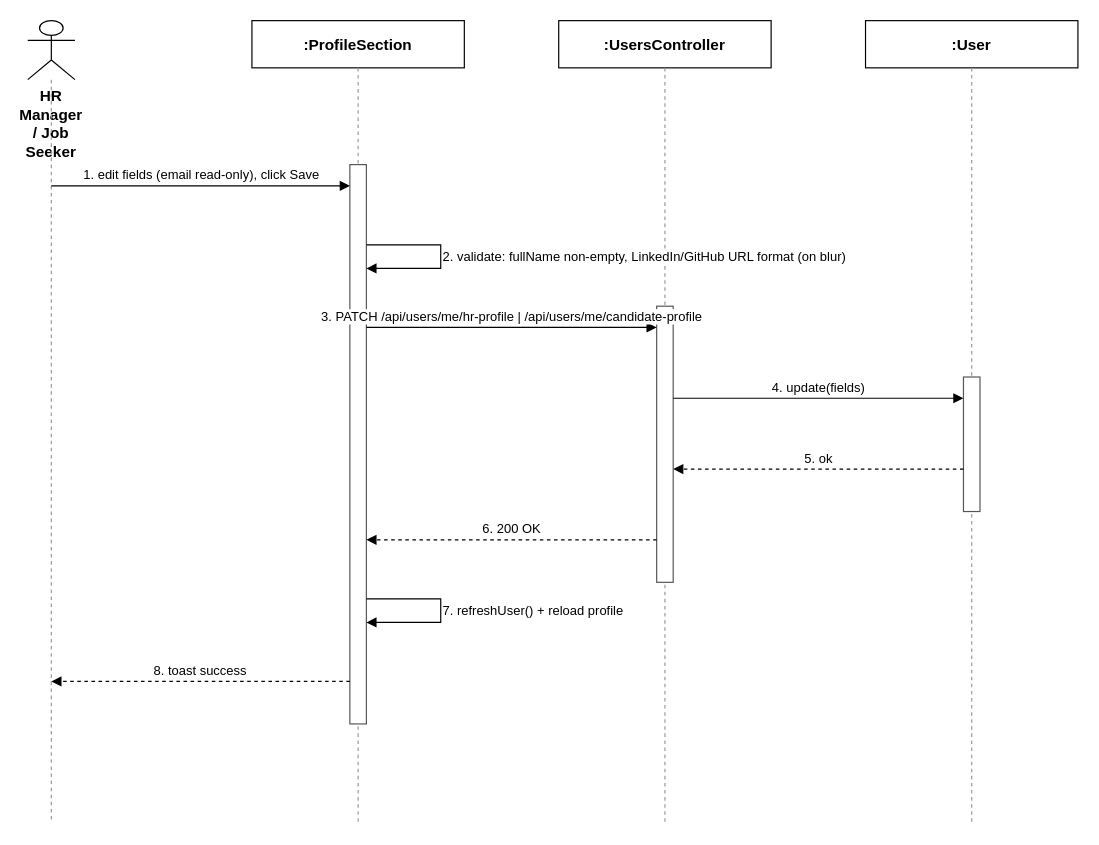
Earlier version of the draw.io diagram docs/qa/Hien_SequenceDiagram/3.2.2_Update_Profile.drawio (tulklk/AI_Interview_Question_Generation_RAG_LLM_FE). Source tidied: cells renumbered, new cells numbered last; positions are measured from the earlier drawing's top-left corner, leaving out a move shared by most shapes. Both pictures are drawn from the tidied source at 118%, with x=0, y=0 at pixel (27, 20).
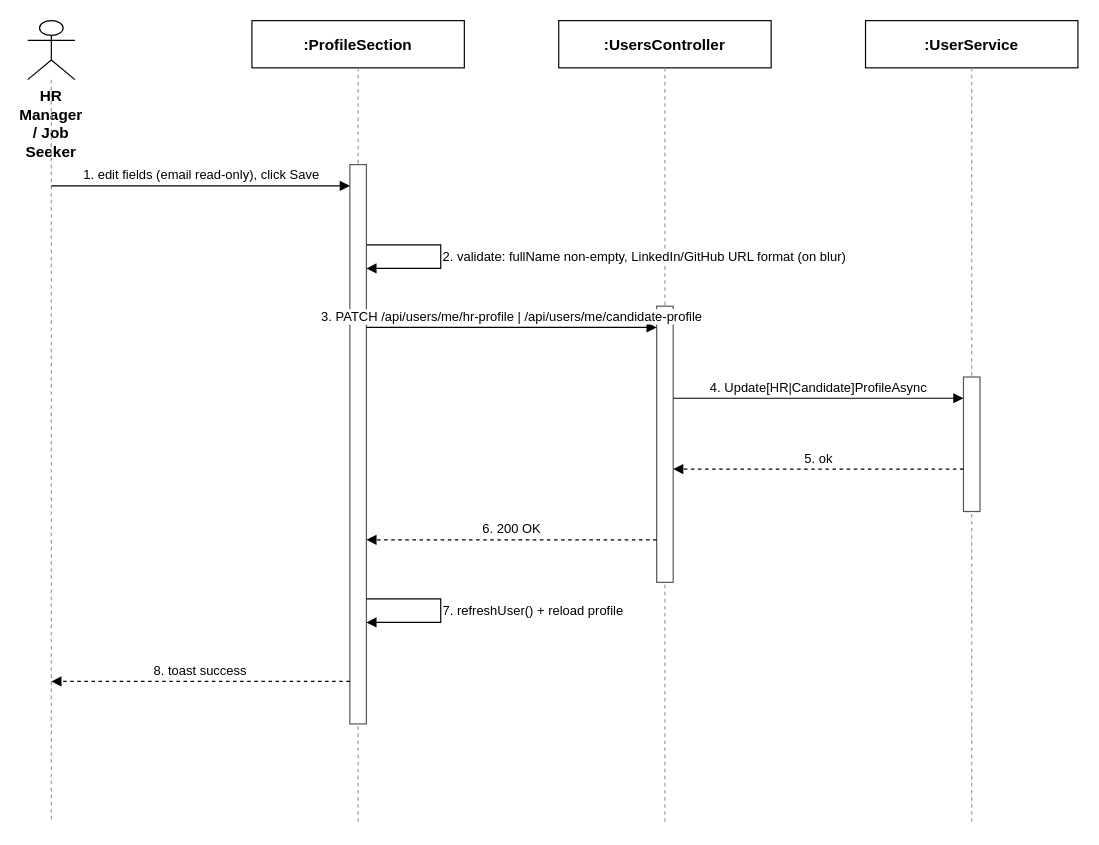
The same diagram, later.

Commit message (it also covers changes not shown here):
docs(qa): correct Profile, Admin User, and Company Management diagrams against real BE

The edit, as a diff of the source:
```diff
@@
-    <mxCell id="8" value=":User" style="rounded=0;whiteSpace=wrap;html=1;fontSize=13;fillColor=#ffffff;strokeColor=#000000;fontStyle=1;" parent="1" vertex="1">
+    <mxCell id="8" value=":UserService" style="rounded=0;whiteSpace=wrap;html=1;fontSize=13;fillColor=#ffffff;strokeColor=#000000;fontStyle=1;" parent="1" vertex="1">
       <mxGeometry x="710" width="180" height="40" as="geometry" />
     </mxCell>
@@
-    <mxCell id="16" value="4. update(fields)" style="endArrow=block;endFill=1;html=1;fontSize=11;align=center;verticalAlign=bottom;labelBackgroundColor=#ffffff;strokeColor=#000000;" parent="1" edge="1">
+    <mxCell id="16" value="4. Update[HR|Candidate]ProfileAsync" style="endArrow=block;endFill=1;html=1;fontSize=11;align=center;verticalAlign=bottom;labelBackgroundColor=#ffffff;strokeColor=#000000;" parent="1" edge="1">
       <mxGeometry relative="1" as="geometry">
         <mxPoint x="547" y="320" as="sourcePoint" />
         <mxPoint x="793" y="320" as="targetPoint" />
       </mxGeometry>
     </mxCell>
```
